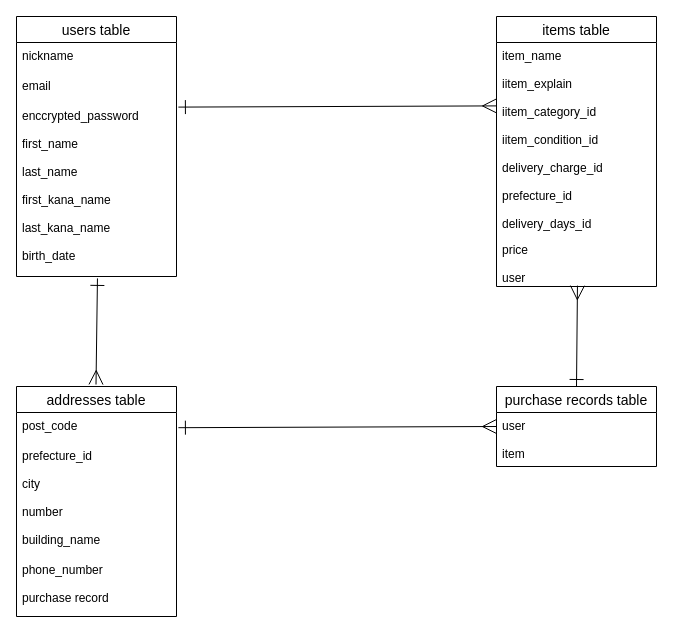
Before: test.dio in Yajin13/furima-37710, a draw.io diagram. Source tidied: cells renumbered, new cells numbered last; positions are measured from the earlier drawing's top-left corner, leaving out a move shared by most shapes. Both pictures are drawn from the tidied source at 100%, with x=0, y=0 at pixel (16, 16).
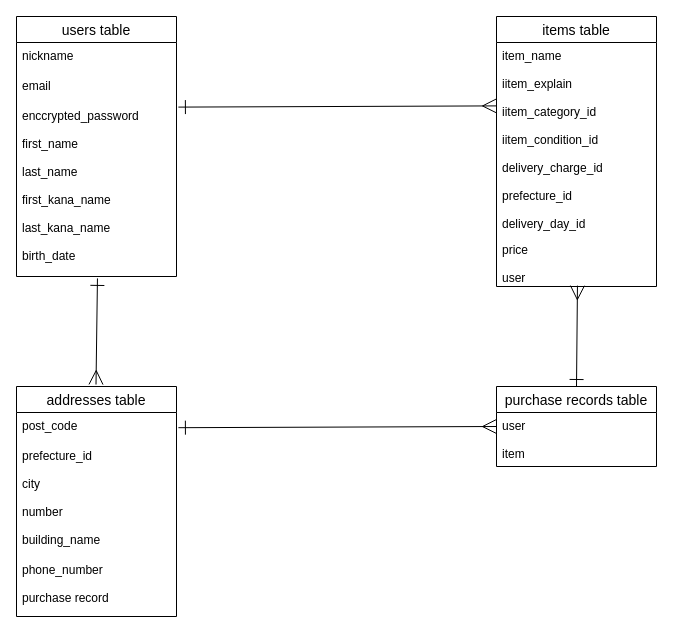
After the change.

The change refers to these unchanged cells:
```xml
<mxCell id="6" value="items table" style="swimlane;fontStyle=0;horizontal=1;startSize=26;align=center;fontSize=14;" parent="1" vertex="1">
  <mxGeometry x="480" width="160" height="270" as="geometry" />
</mxCell>
```

Change to the diagram source:
```diff
@@
-    <mxCell id="7" value="item_name&#10;&#10;iitem_explain&#10;&#10;iitem_category_id&#10;&#10;iitem_condition_id&#10;&#10;delivery_charge_id&#10;&#10;prefecture_id &#10;&#10;delivery_days_id" style="text;strokeColor=none;fillColor=none;spacingLeft=4;spacingRight=4;overflow=hidden;fontSize=12;" parent="6" vertex="1">
+    <mxCell id="7" value="item_name&#10;&#10;iitem_explain&#10;&#10;iitem_category_id&#10;&#10;iitem_condition_id&#10;&#10;delivery_charge_id&#10;&#10;prefecture_id &#10;&#10;delivery_day_id" style="text;strokeColor=none;fillColor=none;spacingLeft=4;spacingRight=4;overflow=hidden;fontSize=12;" parent="6" vertex="1">
       <mxGeometry y="26" width="160" height="194" as="geometry" />
     </mxCell>
```
